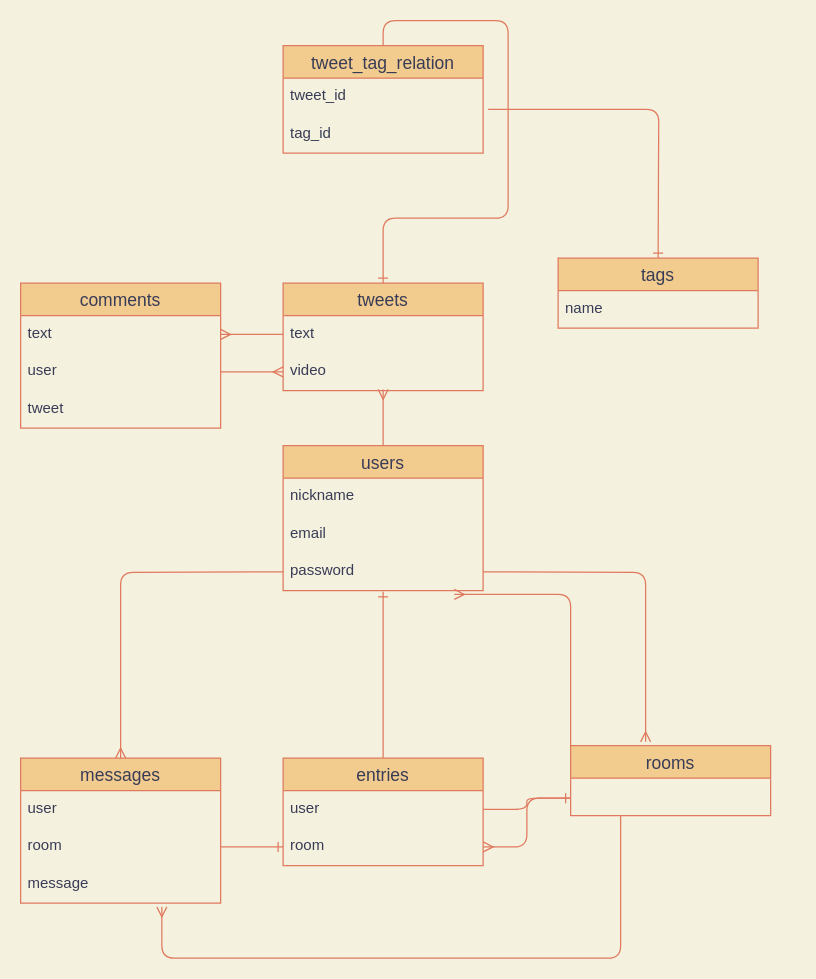
kazuma-0312/PFvideo keeps this draw.io diagram as PFvideo.dio. Above is the earlier version. Source tidied: cells renumbered, new cells numbered last; positions are measured from the earlier drawing's top-left corner, leaving out a move shared by most shapes. Both pictures are drawn from the tidied source at 125%, with x=0, y=0 at pixel (20, 45).
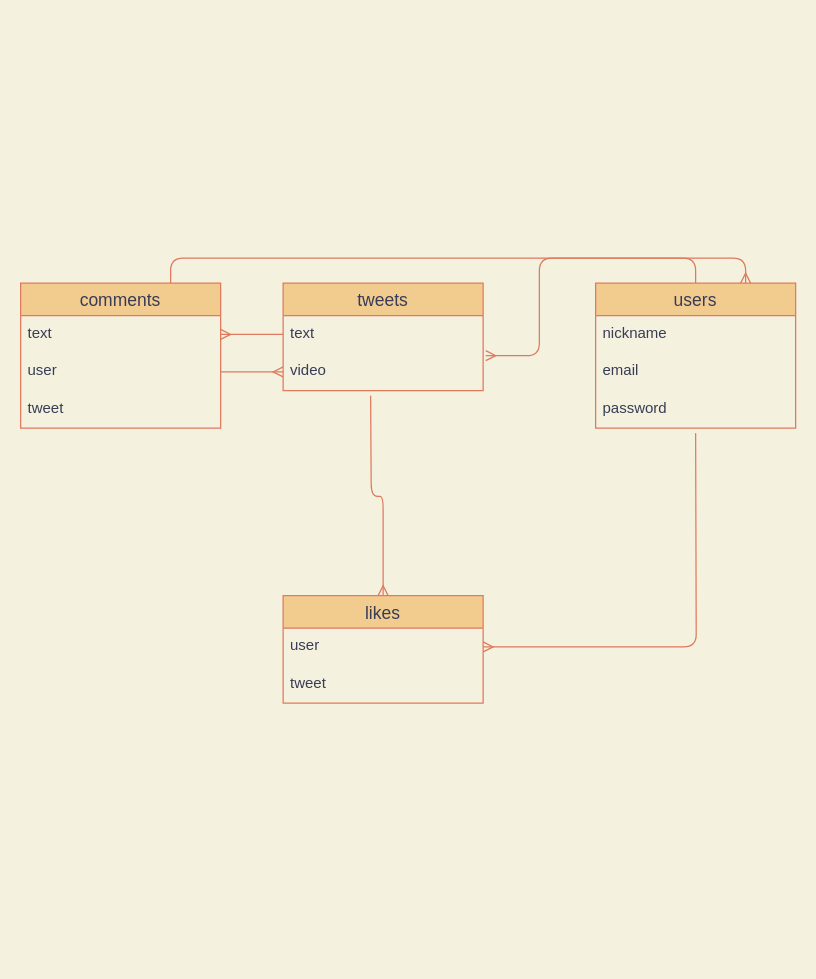
Above is the later version.

The change refers to these unchanged cells:
```xml
<mxCell id="6" value="password" style="text;strokeColor=none;fillColor=none;spacingLeft=4;spacingRight=4;overflow=hidden;points=[[0,0.5],[1,0.5]];portConstraint=eastwest;fontSize=12;fontColor=#393C56;" parent="3" vertex="1">
  <mxGeometry y="86" width="160" height="30" as="geometry" />
</mxCell>
<mxCell id="7" value="tweets" style="swimlane;fontStyle=0;horizontal=1;startSize=26;align=center;fontSize=14;fillColor=#F2CC8F;strokeColor=#E07A5F;fontColor=#393C56;" parent="1" vertex="1">
  <mxGeometry x="210" y="190" width="160" height="86" as="geometry" />
</mxCell>
<mxCell id="8" value="text" style="text;strokeColor=none;fillColor=none;spacingLeft=4;spacingRight=4;overflow=hidden;points=[[0,0.5],[1,0.5]];portConstraint=eastwest;fontSize=12;fontColor=#393C56;" parent="7" vertex="1">
  <mxGeometry y="26" width="160" height="30" as="geometry" />
</mxCell>
<mxCell id="9" value="video" style="text;strokeColor=none;fillColor=none;spacingLeft=4;spacingRight=4;overflow=hidden;points=[[0,0.5],[1,0.5]];portConstraint=eastwest;fontSize=12;fontColor=#393C56;" parent="7" vertex="1">
  <mxGeometry y="56" width="160" height="30" as="geometry" />
</mxCell>
<mxCell id="12" value="comments" style="swimlane;fontStyle=0;horizontal=1;startSize=26;align=center;fontSize=14;fillColor=#F2CC8F;strokeColor=#E07A5F;fontColor=#393C56;" parent="1" vertex="1">
  <mxGeometry y="190" width="160" height="116" as="geometry" />
</mxCell>
<mxCell id="13" value="text" style="text;strokeColor=none;fillColor=none;spacingLeft=4;spacingRight=4;overflow=hidden;points=[[0,0.5],[1,0.5]];portConstraint=eastwest;fontSize=12;fontColor=#393C56;" parent="12" vertex="1">
  <mxGeometry y="26" width="160" height="30" as="geometry" />
</mxCell>
<mxCell id="14" value="user" style="text;strokeColor=none;fillColor=none;spacingLeft=4;spacingRight=4;overflow=hidden;points=[[0,0.5],[1,0.5]];portConstraint=eastwest;fontSize=12;fontColor=#393C56;" parent="12" vertex="1">
  <mxGeometry y="56" width="160" height="30" as="geometry" />
</mxCell>
```

Diff of the diagram source:
```diff
@@
-    <mxCell id="2" style="edgeStyle=orthogonalEdgeStyle;curved=0;rounded=1;sketch=0;jettySize=auto;html=1;exitX=0.5;exitY=0;exitDx=0;exitDy=0;entryX=0.5;entryY=0.967;entryDx=0;entryDy=0;entryPerimeter=0;strokeColor=#E07A5F;fillColor=#F2CC8F;fontColor=#393C56;endArrow=ERmany;endFill=0;labelBackgroundColor=#F4F1DE;" parent="1" edge="1" source="3" target="9">
+    <mxCell id="2" style="edgeStyle=orthogonalEdgeStyle;curved=0;rounded=1;sketch=0;jettySize=auto;html=1;exitX=0.5;exitY=0;exitDx=0;exitDy=0;entryX=1.013;entryY=0.067;entryDx=0;entryDy=0;entryPerimeter=0;strokeColor=#E07A5F;fillColor=#F2CC8F;fontColor=#393C56;endArrow=ERmany;endFill=0;labelBackgroundColor=#F4F1DE;" parent="1" edge="1" source="3" target="9">
       <mxGeometry relative="1" as="geometry" />
     </mxCell>
     <mxCell id="3" value="users" style="swimlane;fontStyle=0;horizontal=1;startSize=26;align=center;fontSize=14;fillColor=#F2CC8F;strokeColor=#E07A5F;fontColor=#393C56;" parent="1" vertex="1">
-      <mxGeometry x="210" y="320" width="160" height="116" as="geometry" />
+      <mxGeometry x="460" y="190" width="160" height="116" as="geometry" />
     </mxCell>
@@
+    <mxCell id="39" style="edgeStyle=orthogonalEdgeStyle;curved=0;rounded=1;sketch=0;jettySize=auto;html=1;exitX=0.5;exitY=0;exitDx=0;exitDy=0;endArrow=ERmany;endFill=0;strokeColor=#E07A5F;fillColor=#F2CC8F;fontColor=#393C56;entryX=0.5;entryY=0;entryDx=0;entryDy=0;labelBackgroundColor=#F4F1DE;" parent="1" edge="1" target="10">
+      <mxGeometry relative="1" as="geometry">
+        <mxPoint x="280" y="280" as="sourcePoint" />
+      </mxGeometry>
+    </mxCell>
-    <mxCell id="10" value="tags" style="swimlane;fontStyle=0;horizontal=1;startSize=26;align=center;fontSize=14;fillColor=#F2CC8F;strokeColor=#E07A5F;fontColor=#393C56;" parent="1" vertex="1">
-      <mxGeometry x="430" y="170" width="160" height="56" as="geometry" />
+    <mxCell id="10" value="likes" style="swimlane;fontStyle=0;horizontal=1;startSize=26;align=center;fontSize=14;fillColor=#F2CC8F;strokeColor=#E07A5F;fontColor=#393C56;" parent="1" vertex="1">
+      <mxGeometry x="210" y="440" width="160" height="86" as="geometry" />
     </mxCell>
-    <mxCell id="11" value="name" style="text;strokeColor=none;fillColor=none;spacingLeft=4;spacingRight=4;overflow=hidden;fontSize=12;fontColor=#393C56;" parent="10" vertex="1">
-      <mxGeometry y="26" width="160" height="30" as="geometry" />
-    </mxCell>
+    <mxCell id="18" value="user" style="text;strokeColor=none;fillColor=none;spacingLeft=4;spacingRight=4;overflow=hidden;points=[[0,0.5],[1,0.5]];portConstraint=eastwest;fontSize=12;fontColor=#393C56;" parent="10" vertex="1">
+      <mxGeometry y="26" width="160" height="30" as="geometry" />
+    </mxCell>
+    <mxCell id="40" value="tweet" style="text;strokeColor=none;fillColor=none;spacingLeft=4;spacingRight=4;overflow=hidden;fontSize=12;fontColor=#393C56;" parent="10" vertex="1">
+      <mxGeometry y="56" width="160" height="30" as="geometry" />
+    </mxCell>
+    <mxCell id="41" style="edgeStyle=orthogonalEdgeStyle;curved=0;rounded=1;sketch=0;jettySize=auto;html=1;exitX=0.75;exitY=0;exitDx=0;exitDy=0;entryX=0.75;entryY=0;entryDx=0;entryDy=0;endArrow=ERmany;endFill=0;strokeColor=#E07A5F;fillColor=#F2CC8F;fontColor=#393C56;labelBackgroundColor=#F4F1DE;" parent="1" edge="1" source="12" target="3">
+      <mxGeometry relative="1" as="geometry" />
+    </mxCell>
@@
-    <mxCell id="16" style="edgeStyle=orthogonalEdgeStyle;curved=0;rounded=1;sketch=0;jettySize=auto;html=1;exitX=0;exitY=0.75;exitDx=0;exitDy=0;entryX=1;entryY=0.5;entryDx=0;entryDy=0;endArrow=ERmany;endFill=0;strokeColor=#E07A5F;fillColor=#F2CC8F;fontColor=#393C56;" parent="1" edge="1" source="19" target="23">
-      <mxGeometry relative="1" as="geometry" />
-    </mxCell>
-    <mxCell id="17" style="edgeStyle=orthogonalEdgeStyle;curved=0;rounded=1;sketch=0;jettySize=auto;html=1;exitX=0;exitY=0;exitDx=0;exitDy=0;entryX=0.856;entryY=1.1;entryDx=0;entryDy=0;entryPerimeter=0;endArrow=ERmany;endFill=0;strokeColor=#E07A5F;fillColor=#F2CC8F;fontColor=#393C56;" parent="1" edge="1" source="19" target="6">
-      <mxGeometry relative="1" as="geometry" />
-    </mxCell>
-    <mxCell id="18" style="edgeStyle=orthogonalEdgeStyle;curved=0;rounded=1;sketch=0;jettySize=auto;html=1;exitX=0.25;exitY=1;exitDx=0;exitDy=0;endArrow=ERmany;endFill=0;strokeColor=#E07A5F;fillColor=#F2CC8F;fontColor=#393C56;entryX=0.706;entryY=1.1;entryDx=0;entryDy=0;entryPerimeter=0;" parent="1" edge="1" source="19" target="27">
-      <mxGeometry relative="1" as="geometry">
-        <Array as="points">
-          <mxPoint x="480" y="730" />
-          <mxPoint x="113" y="730" />
-        </Array>
-      </mxGeometry>
-    </mxCell>
-    <mxCell id="19" value="rooms" style="swimlane;fontStyle=0;horizontal=1;startSize=26;align=center;fontSize=14;fillColor=#F2CC8F;strokeColor=#E07A5F;fontColor=#393C56;" parent="1" vertex="1">
-      <mxGeometry x="440" y="560" width="160" height="56" as="geometry" />
-    </mxCell>
-    <mxCell id="20" style="edgeStyle=orthogonalEdgeStyle;rounded=0;jettySize=auto;html=1;exitX=0.5;exitY=0;exitDx=0;exitDy=0;entryX=0.5;entryY=1.033;entryDx=0;entryDy=0;entryPerimeter=0;endArrow=ERone;endFill=0;strokeColor=#E07A5F;fontColor=#393C56;labelBackgroundColor=#F4F1DE;" parent="1" edge="1" source="21" target="6">
-      <mxGeometry relative="1" as="geometry" />
-    </mxCell>
-    <mxCell id="21" value="entries" style="swimlane;fontStyle=0;horizontal=1;startSize=26;align=center;fontSize=14;fillColor=#F2CC8F;strokeColor=#E07A5F;fontColor=#393C56;" parent="1" vertex="1">
-      <mxGeometry x="210" y="570" width="160" height="86" as="geometry" />
-    </mxCell>
-    <mxCell id="22" value="user" style="text;strokeColor=none;fillColor=none;spacingLeft=4;spacingRight=4;overflow=hidden;points=[[0,0.5],[1,0.5]];portConstraint=eastwest;fontSize=12;fontColor=#393C56;" parent="21" vertex="1">
-      <mxGeometry y="26" width="160" height="30" as="geometry" />
-    </mxCell>
-    <mxCell id="23" value="room" style="text;strokeColor=none;fillColor=none;spacingLeft=4;spacingRight=4;overflow=hidden;points=[[0,0.5],[1,0.5]];portConstraint=eastwest;fontSize=12;fontColor=#393C56;" parent="21" vertex="1">
-      <mxGeometry y="56" width="160" height="30" as="geometry" />
-    </mxCell>
-    <mxCell id="24" value="messages" style="swimlane;fontStyle=0;horizontal=1;startSize=26;align=center;fontSize=14;fillColor=#F2CC8F;strokeColor=#E07A5F;fontColor=#393C56;" parent="1" vertex="1">
-      <mxGeometry y="570" width="160" height="116" as="geometry" />
-    </mxCell>
-    <mxCell id="25" value="user" style="text;strokeColor=none;fillColor=none;spacingLeft=4;spacingRight=4;overflow=hidden;fontSize=12;fontColor=#393C56;" parent="24" vertex="1">
-      <mxGeometry y="26" width="160" height="30" as="geometry" />
-    </mxCell>
-    <mxCell id="26" value="room" style="text;strokeColor=none;fillColor=none;spacingLeft=4;spacingRight=4;overflow=hidden;points=[[0,0.5],[1,0.5]];portConstraint=eastwest;fontSize=12;fontColor=#393C56;" parent="24" vertex="1">
-      <mxGeometry y="56" width="160" height="30" as="geometry" />
-    </mxCell>
-    <mxCell id="27" value="message" style="text;strokeColor=none;fillColor=none;spacingLeft=4;spacingRight=4;overflow=hidden;points=[[0,0.5],[1,0.5]];portConstraint=eastwest;fontSize=12;fontColor=#393C56;" parent="24" vertex="1">
-      <mxGeometry y="86" width="160" height="30" as="geometry" />
-    </mxCell>
-    <mxCell id="28" style="edgeStyle=orthogonalEdgeStyle;curved=0;rounded=1;sketch=0;jettySize=auto;html=1;exitX=1.025;exitY=0.833;exitDx=0;exitDy=0;endArrow=ERone;endFill=0;strokeColor=#E07A5F;fillColor=#F2CC8F;fontColor=#393C56;labelBackgroundColor=#F4F1DE;exitPerimeter=0;" parent="1" edge="1" source="31">
-      <mxGeometry relative="1" as="geometry">
-        <mxPoint x="510" y="170" as="targetPoint" />
-      </mxGeometry>
-    </mxCell>
-    <mxCell id="29" style="edgeStyle=orthogonalEdgeStyle;curved=0;rounded=1;sketch=0;jettySize=auto;html=1;exitX=0.5;exitY=0;exitDx=0;exitDy=0;entryX=0.5;entryY=0;entryDx=0;entryDy=0;strokeColor=#E07A5F;fillColor=#F2CC8F;fontColor=#393C56;endArrow=ERone;endFill=0;" parent="1" edge="1" source="30" target="7">
-      <mxGeometry relative="1" as="geometry" />
-    </mxCell>
-    <mxCell id="30" value="tweet_tag_relation" style="swimlane;fontStyle=0;horizontal=1;startSize=26;align=center;fontSize=14;rounded=0;sketch=0;strokeColor=#E07A5F;fillColor=#F2CC8F;fontColor=#393C56;" parent="1" vertex="1">
-      <mxGeometry x="210" width="160" height="86" as="geometry" />
-    </mxCell>
-    <mxCell id="31" value="tweet_id" style="text;strokeColor=none;fillColor=none;spacingLeft=4;spacingRight=4;overflow=hidden;points=[[0,0.5],[1,0.5]];portConstraint=eastwest;fontSize=12;fontColor=#393C56;" parent="30" vertex="1">
-      <mxGeometry y="26" width="160" height="30" as="geometry" />
-    </mxCell>
-    <mxCell id="32" value="tag_id" style="text;strokeColor=none;fillColor=none;spacingLeft=4;spacingRight=4;overflow=hidden;fontSize=12;fontColor=#393C56;" parent="30" vertex="1">
-      <mxGeometry y="56" width="160" height="30" as="geometry" />
-    </mxCell>
-    <mxCell id="33" style="edgeStyle=orthogonalEdgeStyle;curved=0;rounded=1;sketch=0;jettySize=auto;html=1;exitX=1;exitY=0.5;exitDx=0;exitDy=0;entryX=0;entryY=0.5;entryDx=0;entryDy=0;endArrow=ERmany;endFill=0;strokeColor=#E07A5F;fillColor=#F2CC8F;fontColor=#393C56;" parent="1" edge="1" source="14" target="9">
+    <mxCell id="33" style="edgeStyle=orthogonalEdgeStyle;curved=0;rounded=1;sketch=0;jettySize=auto;html=1;exitX=1;exitY=0.5;exitDx=0;exitDy=0;entryX=0;entryY=0.5;entryDx=0;entryDy=0;endArrow=ERmany;endFill=0;strokeColor=#E07A5F;fillColor=#F2CC8F;fontColor=#393C56;labelBackgroundColor=#F4F1DE;" parent="1" edge="1" source="14" target="9">
       <mxGeometry relative="1" as="geometry" />
     </mxCell>
-    <mxCell id="34" style="edgeStyle=orthogonalEdgeStyle;curved=0;rounded=1;sketch=0;jettySize=auto;html=1;exitX=0;exitY=0.5;exitDx=0;exitDy=0;entryX=1;entryY=0.5;entryDx=0;entryDy=0;endArrow=ERmany;endFill=0;strokeColor=#E07A5F;fillColor=#F2CC8F;fontColor=#393C56;" parent="1" edge="1" source="8" target="13">
+    <mxCell id="34" style="edgeStyle=orthogonalEdgeStyle;curved=0;rounded=1;sketch=0;jettySize=auto;html=1;exitX=0;exitY=0.5;exitDx=0;exitDy=0;entryX=1;entryY=0.5;entryDx=0;entryDy=0;endArrow=ERmany;endFill=0;strokeColor=#E07A5F;fillColor=#F2CC8F;fontColor=#393C56;labelBackgroundColor=#F4F1DE;" parent="1" edge="1" source="8" target="13">
       <mxGeometry relative="1" as="geometry" />
     </mxCell>
-    <mxCell id="35" style="edgeStyle=orthogonalEdgeStyle;curved=0;rounded=1;sketch=0;jettySize=auto;html=1;exitX=1;exitY=0.5;exitDx=0;exitDy=0;endArrow=ERmany;endFill=0;strokeColor=#E07A5F;fillColor=#F2CC8F;fontColor=#393C56;entryX=0.375;entryY=-0.054;entryDx=0;entryDy=0;entryPerimeter=0;" parent="1" edge="1" target="19">
-      <mxGeometry relative="1" as="geometry">
-        <mxPoint x="370" y="421" as="sourcePoint" />
-      </mxGeometry>
-    </mxCell>
-    <mxCell id="36" style="edgeStyle=orthogonalEdgeStyle;curved=0;rounded=1;sketch=0;jettySize=auto;html=1;exitX=0;exitY=0.5;exitDx=0;exitDy=0;entryX=0.5;entryY=0;entryDx=0;entryDy=0;endArrow=ERmany;endFill=0;strokeColor=#E07A5F;fillColor=#F2CC8F;fontColor=#393C56;" parent="1" edge="1" target="24">
-      <mxGeometry relative="1" as="geometry">
-        <mxPoint x="210" y="421" as="sourcePoint" />
-      </mxGeometry>
-    </mxCell>
-    <mxCell id="37" style="edgeStyle=orthogonalEdgeStyle;curved=0;rounded=1;sketch=0;jettySize=auto;html=1;exitX=1;exitY=0.5;exitDx=0;exitDy=0;entryX=0;entryY=0.75;entryDx=0;entryDy=0;endArrow=ERone;endFill=0;strokeColor=#E07A5F;fillColor=#F2CC8F;fontColor=#393C56;" parent="1" edge="1" source="22" target="19">
-      <mxGeometry relative="1" as="geometry" />
-    </mxCell>
-    <mxCell id="38" style="edgeStyle=orthogonalEdgeStyle;curved=0;rounded=1;sketch=0;jettySize=auto;html=1;exitX=1;exitY=0.5;exitDx=0;exitDy=0;entryX=0;entryY=0.5;entryDx=0;entryDy=0;endArrow=ERone;endFill=0;strokeColor=#E07A5F;fillColor=#F2CC8F;fontColor=#393C56;" parent="1" edge="1" source="26" target="23">
-      <mxGeometry relative="1" as="geometry" />
-    </mxCell>
+    <mxCell id="42" style="edgeStyle=orthogonalEdgeStyle;curved=0;rounded=1;sketch=0;jettySize=auto;html=1;exitX=1;exitY=0.5;exitDx=0;exitDy=0;endArrow=ERmany;endFill=0;strokeColor=#E07A5F;fillColor=#F2CC8F;fontColor=#393C56;entryX=1;entryY=0.5;entryDx=0;entryDy=0;labelBackgroundColor=#F4F1DE;" parent="1" edge="1" target="18">
+      <mxGeometry relative="1" as="geometry">
+        <mxPoint x="540" y="310" as="sourcePoint" />
+      </mxGeometry>
+    </mxCell>
```
